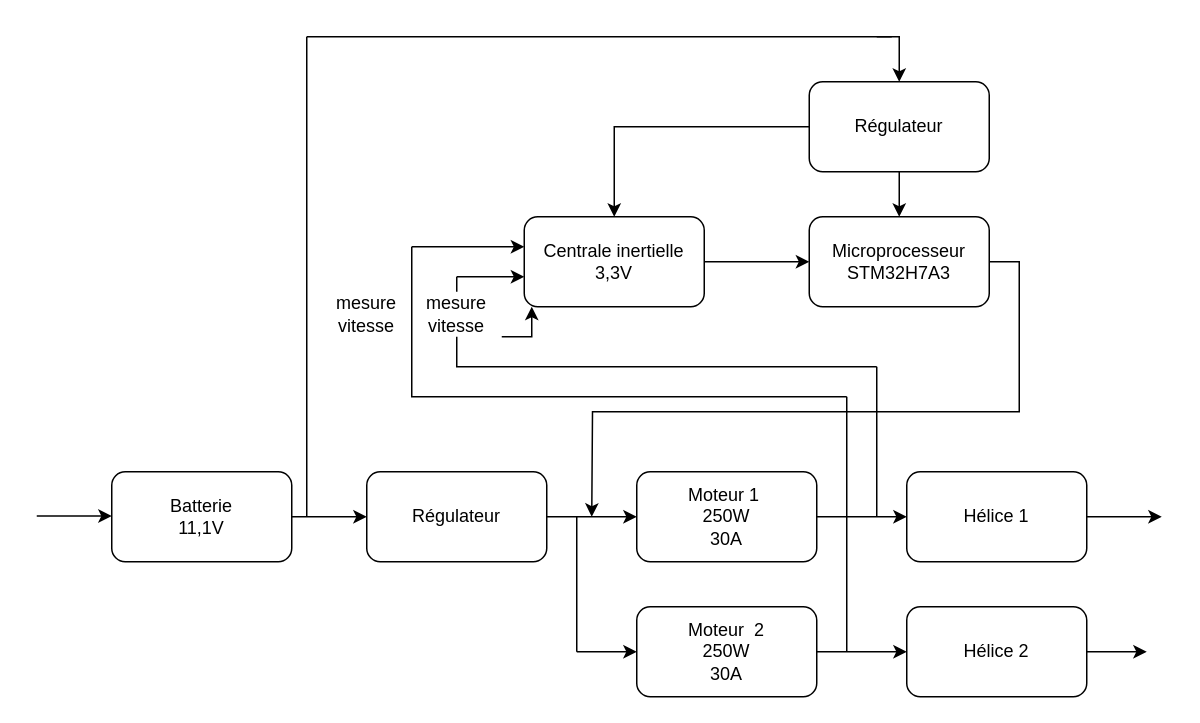
Earlier version of the draw.io diagram Diagramme_Energie.drawio (0reoAurelien/projet-hovercraft). Source tidied: cells renumbered, new cells numbered last; positions are measured from the earlier drawing's top-left corner, leaving out a move shared by most shapes. Both pictures are drawn from the tidied source at 150%, with x=0, y=0 at pixel (36, 36).
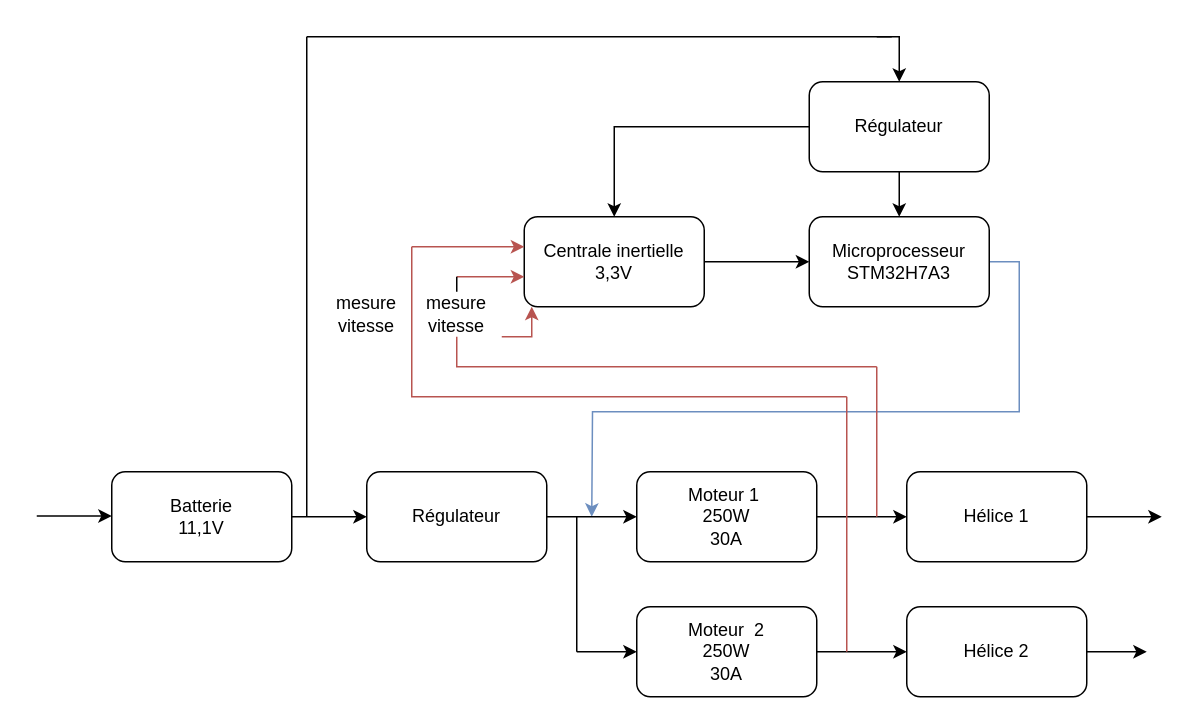
The same diagram, later.

Commit message:
Mettre à jour Diagramme_Energie.drawio

Unchanged cells that the change refers to:
```xml
<mxCell id="5" value="Centrale inertielle&lt;br&gt;3,3V" style="rounded=1;whiteSpace=wrap;html=1;" parent="1" vertex="1">
  <mxGeometry x="325" y="120" width="120" height="60" as="geometry" />
</mxCell>
<mxCell id="7" value="Microprocesseur&lt;br&gt;STM32H7A3" style="rounded=1;whiteSpace=wrap;html=1;" parent="1" vertex="1">
  <mxGeometry x="515" y="120" width="120" height="60" as="geometry" />
</mxCell>
<mxCell id="32" value="mesure vitesse" style="text;html=1;strokeColor=none;fillColor=none;align=center;verticalAlign=middle;whiteSpace=wrap;rounded=0;" parent="1" vertex="1">
  <mxGeometry x="250" y="170" width="60" height="30" as="geometry" />
</mxCell>
```

The edit, as a diff of the source:
```diff
@@
-    <mxCell id="6" style="edgeStyle=orthogonalEdgeStyle;rounded=0;jettySize=auto;html=1;exitX=1;exitY=0.5;exitDx=0;exitDy=0;" parent="1" edge="1" source="7">
+    <mxCell id="6" style="edgeStyle=orthogonalEdgeStyle;rounded=0;jettySize=auto;html=1;exitX=1;exitY=0.5;exitDx=0;exitDy=0;fillColor=#dae8fc;strokeColor=#6c8ebf;" parent="1" edge="1" source="7">
       <mxGeometry relative="1" as="geometry">
         <mxPoint x="370" y="320" as="targetPoint" />
       </mxGeometry>
     </mxCell>
@@
-    <mxCell id="17" style="endArrow=classic;html=1;rounded=0;" parent="1" edge="1">
+    <mxCell id="17" style="endArrow=classic;html=1;rounded=0;fillColor=#f8cecc;strokeColor=#b85450;" parent="1" edge="1">
       <mxGeometry relative="1" as="geometry">
         <mxPoint x="280" y="160" as="sourcePoint" />
         <mxPoint x="325" y="160" as="targetPoint" />
       </mxGeometry>
     </mxCell>
-    <mxCell id="18" style="endArrow=none;html=1;rounded=0;" parent="1" edge="1">
+    <mxCell id="18" style="endArrow=none;html=1;rounded=0;fillColor=#f8cecc;strokeColor=#b85450;" parent="1" edge="1">
       <mxGeometry relative="1" as="geometry">
         <mxPoint x="560" y="320" as="sourcePoint" />
         <mxPoint x="560" y="220" as="targetPoint" />
       </mxGeometry>
     </mxCell>
@@
-    <mxCell id="30" style="endArrow=none;html=1;rounded=0;" parent="1" edge="1" target="32">
+    <mxCell id="30" style="endArrow=none;html=1;rounded=0;fillColor=#f8cecc;strokeColor=#b85450;" parent="1" edge="1" target="32">
       <mxGeometry relative="1" as="geometry">
         <mxPoint x="560" y="220" as="sourcePoint" />
         <Array as="points">
           <mxPoint x="280" y="220" />
         </Array>
       </mxGeometry>
     </mxCell>
-    <mxCell id="31" style="edgeStyle=orthogonalEdgeStyle;rounded=0;jettySize=auto;html=1;" parent="1" edge="1" source="32" target="5">
+    <mxCell id="31" style="edgeStyle=orthogonalEdgeStyle;rounded=0;jettySize=auto;html=1;fillColor=#f8cecc;strokeColor=#b85450;" parent="1" edge="1" source="32" target="5">
       <mxGeometry relative="1" as="geometry">
         <Array as="points">
           <mxPoint x="330" y="200" />
         </Array>
       </mxGeometry>
     </mxCell>
@@
-    <mxCell id="33" style="endArrow=none;html=1;rounded=0;" parent="1" edge="1">
+    <mxCell id="33" style="endArrow=none;html=1;rounded=0;fillColor=#f8cecc;strokeColor=#b85450;" parent="1" edge="1">
       <mxGeometry relative="1" as="geometry">
         <mxPoint x="540" y="410" as="sourcePoint" />
         <mxPoint x="540" y="240" as="targetPoint" />
       </mxGeometry>
     </mxCell>
-    <mxCell id="34" style="endArrow=none;html=1;rounded=0;" parent="1" edge="1">
+    <mxCell id="34" style="endArrow=none;html=1;rounded=0;fillColor=#f8cecc;strokeColor=#b85450;" parent="1" edge="1">
       <mxGeometry relative="1" as="geometry">
         <mxPoint x="540" y="240" as="sourcePoint" />
         <mxPoint x="250" y="140" as="targetPoint" />
         <Array as="points">
           <mxPoint x="250" y="240" />
         </Array>
       </mxGeometry>
     </mxCell>
-    <mxCell id="35" style="endArrow=classic;html=1;rounded=0;" parent="1" edge="1">
+    <mxCell id="35" style="endArrow=classic;html=1;rounded=0;fillColor=#f8cecc;strokeColor=#b85450;" parent="1" edge="1">
       <mxGeometry relative="1" as="geometry">
         <mxPoint x="250" y="140" as="sourcePoint" />
         <mxPoint x="325" y="140" as="targetPoint" />
       </mxGeometry>
     </mxCell>
```
